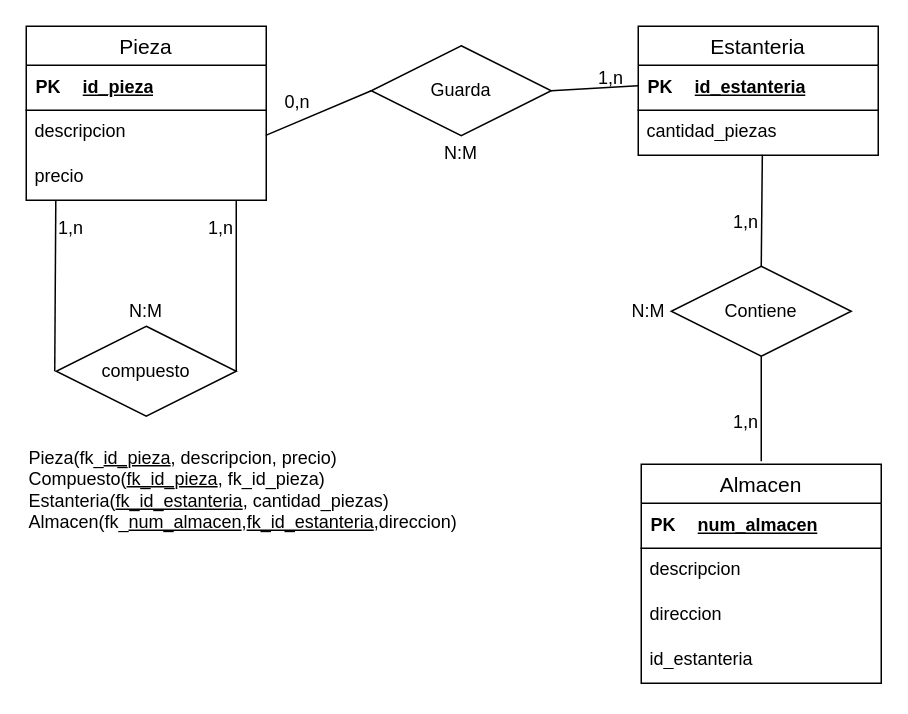
The draw.io diagram Ejercicio05.drawio in Daninuro/diagrames-cvf-dn-mpl-n-11102023, before the edit. Source tidied: cells renumbered, new cells numbered last; positions are measured from the earlier drawing's top-left corner, leaving out a move shared by most shapes. Both pictures are drawn from the tidied source at 150%, with x=0, y=0 at pixel (26, 26).
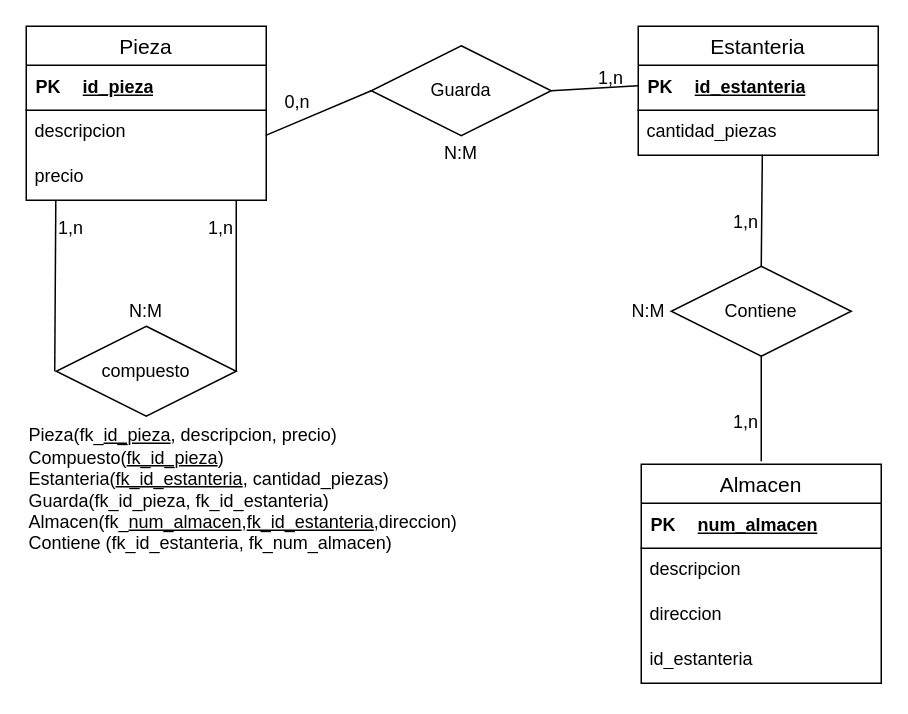
The same diagram, later.

Change to the diagram source:
```diff
@@
-    <mxCell id="41" value="Pieza(fk_&lt;u style=&quot;&quot;&gt;id_pieza&lt;/u&gt;, descripcion, precio)&lt;br&gt;Compuesto(&lt;u&gt;fk_id_pieza&lt;/u&gt;, fk_id_pieza)&lt;br&gt;Estanteria(&lt;u&gt;fk_id_estanteria&lt;/u&gt;, cantidad_piezas)&lt;br&gt;Almacen(fk_&lt;u style=&quot;&quot;&gt;num_almacen&lt;/u&gt;,&lt;u&gt;fk_id_estanteria&lt;/u&gt;,direccion)" style="text;html=1;strokeColor=none;fillColor=none;align=left;verticalAlign=middle;whiteSpace=wrap;rounded=0;" parent="1" vertex="1">
+    <mxCell id="41" value="Pieza(fk_&lt;u style=&quot;&quot;&gt;id_pieza&lt;/u&gt;, descripcion, precio)&lt;br&gt;Compuesto(&lt;u&gt;fk_id_pieza&lt;/u&gt;)&lt;br&gt;Estanteria(&lt;u&gt;fk_id_estanteria&lt;/u&gt;, cantidad_piezas)&lt;br&gt;Guarda(fk_id_pieza, fk_id_estanteria)&lt;br&gt;Almacen(fk_&lt;u style=&quot;&quot;&gt;num_almacen&lt;/u&gt;,&lt;u&gt;fk_id_estanteria&lt;/u&gt;,direccion)&lt;br&gt;Contiene (fk_id_estanteria, fk_num_almacen)" style="text;html=1;strokeColor=none;fillColor=none;align=left;verticalAlign=middle;whiteSpace=wrap;rounded=0;" parent="1" vertex="1">
       <mxGeometry y="264" width="381" height="90" as="geometry" />
     </mxCell>
```
